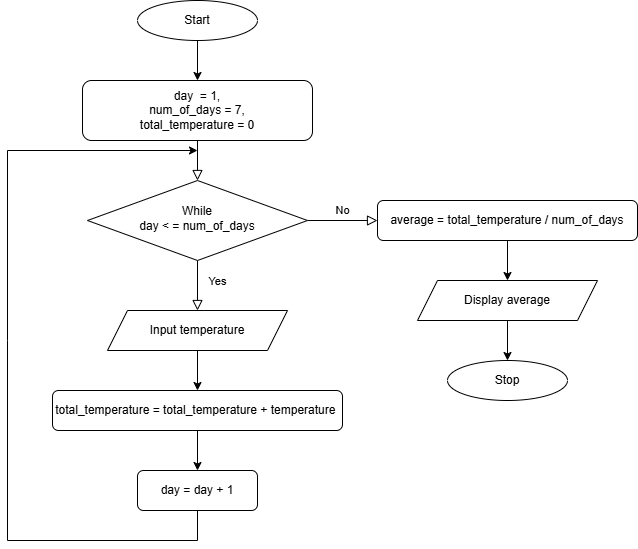
jayani-athukorala/algorithm-flowchart-workshop keeps this draw.io diagram as images/Q6.drawio.png. Above is the earlier version. Source tidied: cells renumbered, new cells last; positions are measured from the earlier drawing's top-left corner, leaving out a move shared by most shapes.
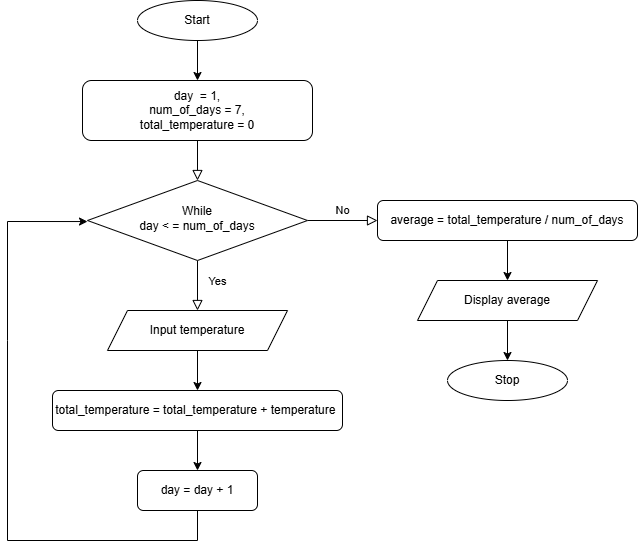
Above is the later version.

The edit, as a diff of the source:
```diff
@@ -49,14 +49,13 @@
     <mxCell id="16" value="total_temperature = total_temperature + temperature&amp;nbsp;" style="rounded=1;whiteSpace=wrap;html=1;fontSize=12;glass=0;strokeWidth=1;shadow=0;" parent="1" vertex="1">
       <mxGeometry x="45" y="390" width="290" height="40" as="geometry" />
     </mxCell>
-    <mxCell id="17" style="endArrow=classic;html=1;rounded=0;exitX=0.5;exitY=1;exitDx=0;exitDy=0;" parent="1" edge="1" source="9">
+    <mxCell id="17" style="endArrow=classic;html=1;rounded=0;exitX=0.5;exitY=1;exitDx=0;exitDy=0;entryX=0;entryY=0.513;entryDx=0;entryDy=0;entryPerimeter=0;" parent="1" edge="1" source="9" target="6">
       <mxGeometry relative="1" as="geometry">
-        <mxPoint x="190" y="150" as="targetPoint" />
         <Array as="points">
           <mxPoint x="190" y="540" />
           <mxPoint y="540" />
           <mxPoint y="340" />
-          <mxPoint y="150" />
+          <mxPoint y="221" />
         </Array>
       </mxGeometry>
     </mxCell>
```
